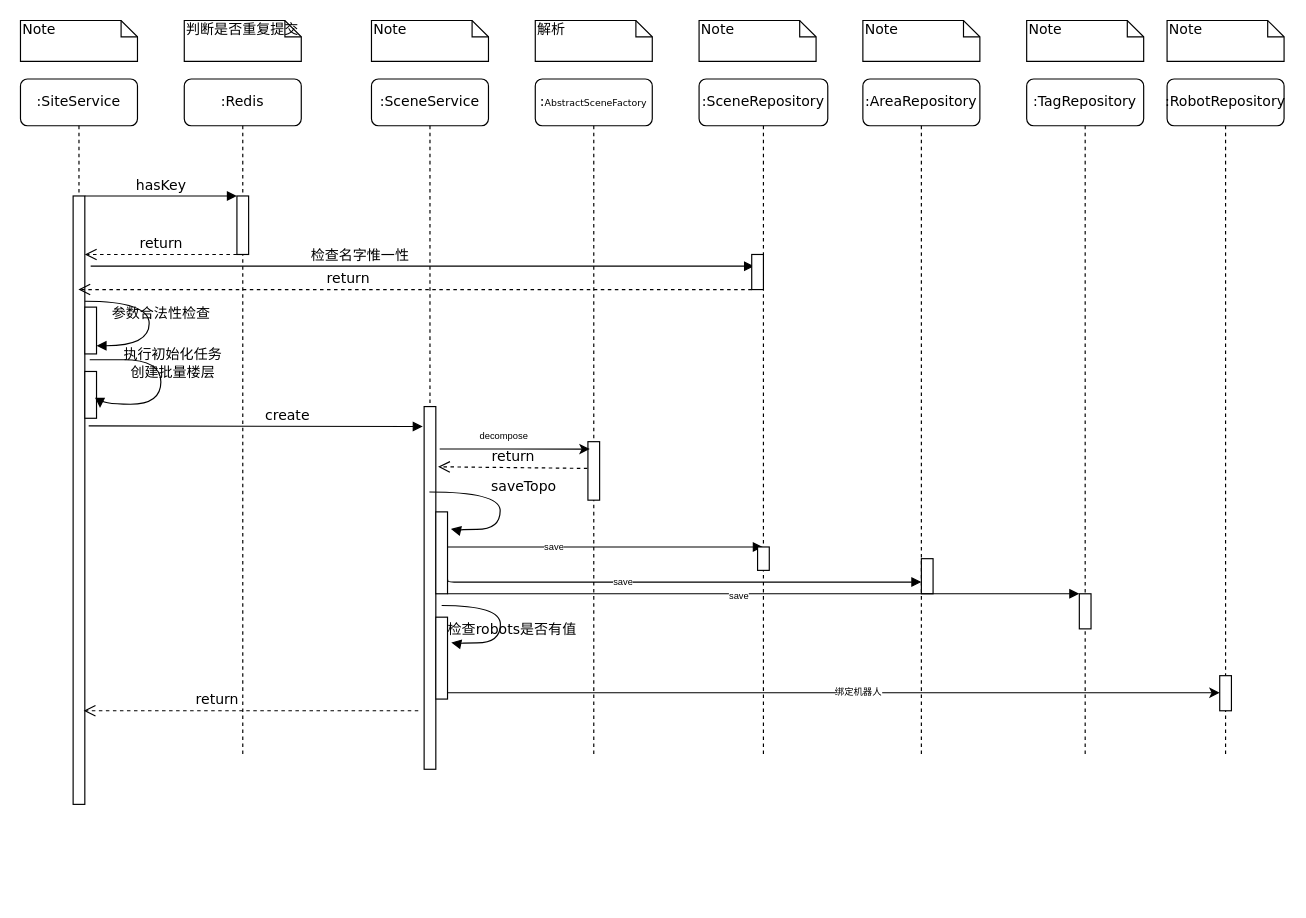
Before: craft/Simple_flow_site.drawio in feihu618/drawio, a draw.io diagram. Source tidied: cells renumbered, new cells numbered last; positions are measured from the earlier drawing's top-left corner, leaving out a move shared by most shapes. Both pictures are drawn from the tidied source at 117%, with x=0, y=0 at pixel (20, 20).
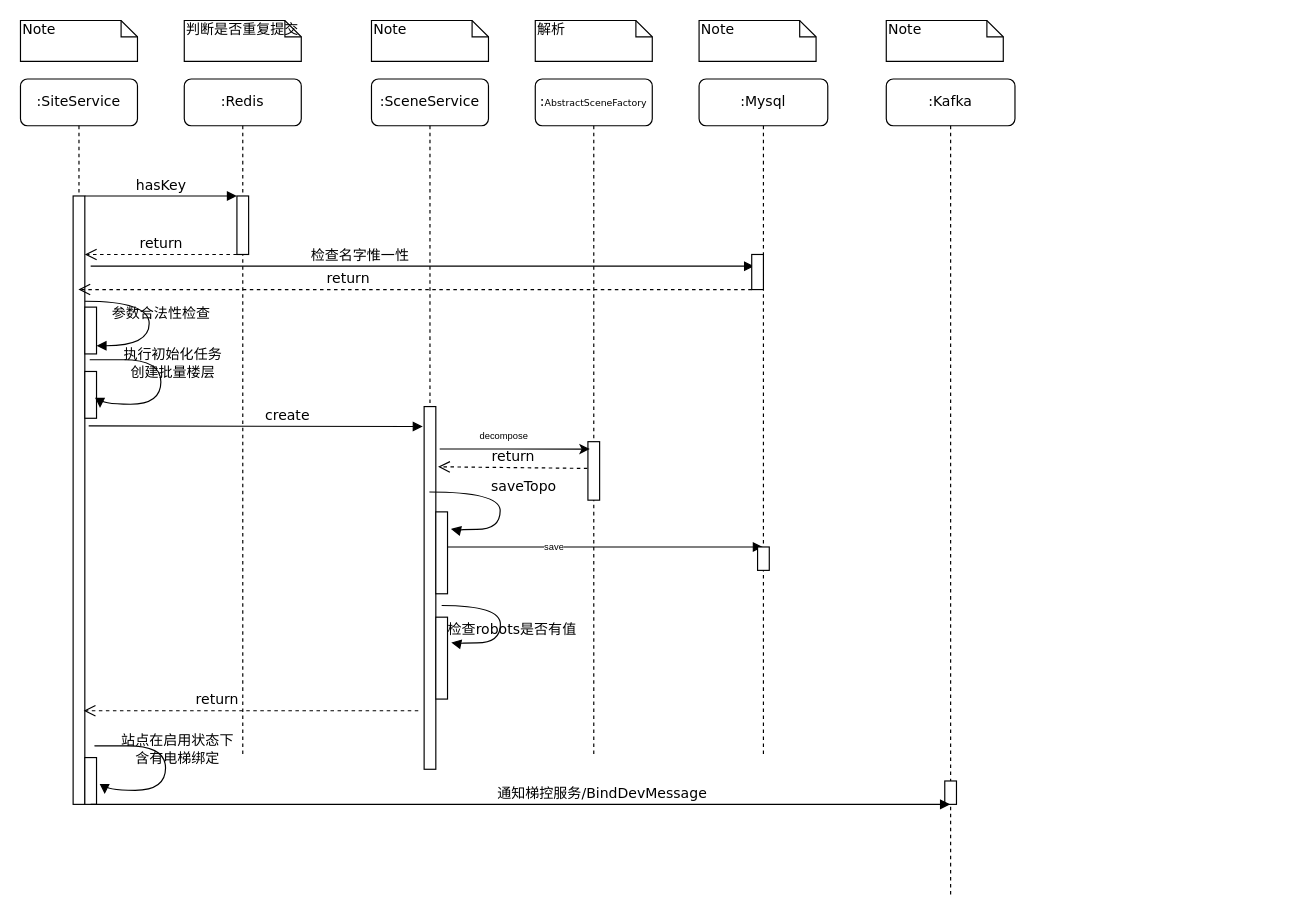
After the change.

Unchanged cells that the change refers to:
```xml
<mxCell id="8" style="html=1;points=[];perimeter=orthogonalPerimeter;rounded=0;shadow=0;comic=0;labelBackgroundColor=none;strokeWidth=1;fontFamily=Verdana;fontSize=12;align=center;" parent="6" vertex="1">
  <mxGeometry x="55" y="370" width="10" height="70" as="geometry" />
</mxCell>
<mxCell id="10" style="html=1;points=[];perimeter=orthogonalPerimeter;rounded=0;shadow=0;comic=0;labelBackgroundColor=none;strokeWidth=1;fontFamily=Verdana;fontSize=12;align=center;" parent="6" vertex="1">
  <mxGeometry x="55" y="460" width="10" height="70" as="geometry" />
</mxCell>
<mxCell id="21" value=":SiteService" style="shape=umlLifeline;perimeter=lifelinePerimeter;whiteSpace=wrap;html=1;outlineConnect=0;rounded=1;shadow=0;comic=0;labelBackgroundColor=none;strokeWidth=1;fontFamily=Verdana;fontSize=12;align=center;" parent="1" vertex="1">
  <mxGeometry y="50" width="100" height="620" as="geometry" />
</mxCell>
```

What changed in the source:
```diff
@@
-    <mxCell id="15" value=":SceneRepository" style="shape=umlLifeline;perimeter=lifelinePerimeter;whiteSpace=wrap;html=1;outlineConnect=0;rounded=1;shadow=0;comic=0;labelBackgroundColor=none;strokeWidth=1;fontFamily=Verdana;fontSize=12;align=center;" parent="1" vertex="1">
+    <mxCell id="15" value=":Mysql" style="shape=umlLifeline;perimeter=lifelinePerimeter;whiteSpace=wrap;html=1;outlineConnect=0;rounded=1;shadow=0;comic=0;labelBackgroundColor=none;strokeWidth=1;fontFamily=Verdana;fontSize=12;align=center;" parent="1" vertex="1">
       <mxGeometry x="580" y="50" width="110" height="580" as="geometry" />
     </mxCell>
@@
-    <mxCell id="17" value=":AreaRepository" style="shape=umlLifeline;perimeter=lifelinePerimeter;whiteSpace=wrap;html=1;rounded=1;shadow=0;comic=0;labelBackgroundColor=none;strokeWidth=1;fontFamily=Verdana;fontSize=12;align=center;" parent="1" vertex="1">
-      <mxGeometry x="720" y="50" width="100" height="580" as="geometry" />
-    </mxCell>
-    <mxCell id="18" style="html=1;perimeter=orthogonalPerimeter;rounded=0;shadow=0;comic=0;labelBackgroundColor=none;strokeWidth=1;fontFamily=Verdana;fontSize=12;align=center;" parent="17" vertex="1">
-      <mxGeometry x="50" y="410" width="10" height="30" as="geometry" />
-    </mxCell>
-    <mxCell id="19" value=":TagRepository" style="shape=umlLifeline;perimeter=lifelinePerimeter;whiteSpace=wrap;html=1;rounded=1;shadow=0;comic=0;labelBackgroundColor=none;strokeWidth=1;fontFamily=Verdana;fontSize=12;align=center;" parent="1" vertex="1">
-      <mxGeometry x="860" y="50" width="100" height="580" as="geometry" />
-    </mxCell>
-    <mxCell id="20" style="html=1;points=[];perimeter=orthogonalPerimeter;rounded=0;shadow=0;comic=0;labelBackgroundColor=none;strokeColor=#000000;strokeWidth=1;fillColor=#FFFFFF;fontFamily=Verdana;fontSize=12;fontColor=#000000;align=center;" parent="19" vertex="1">
-      <mxGeometry x="45" y="440" width="10" height="30" as="geometry" />
-    </mxCell>
@@
+    <mxCell id="52" style="html=1;perimeter=orthogonalPerimeter;rounded=0;shadow=0;comic=0;labelBackgroundColor=none;strokeWidth=1;fontFamily=Verdana;fontSize=12;align=center;" parent="21" vertex="1">
+      <mxGeometry x="55" y="580" width="10" height="40" as="geometry" />
+    </mxCell>
@@
-    <mxCell id="36" value="Note" style="shape=note;whiteSpace=wrap;html=1;size=14;verticalAlign=top;align=left;spacingTop=-6;rounded=0;shadow=0;comic=0;labelBackgroundColor=none;strokeWidth=1;fontFamily=Verdana;fontSize=12;" parent="1" vertex="1">
-      <mxGeometry x="720" width="100" height="35" as="geometry" />
-    </mxCell>
-    <mxCell id="37" value="Note" style="shape=note;whiteSpace=wrap;html=1;size=14;verticalAlign=top;align=left;spacingTop=-6;rounded=0;shadow=0;comic=0;labelBackgroundColor=none;strokeWidth=1;fontFamily=Verdana;fontSize=12;" parent="1" vertex="1">
-      <mxGeometry x="860" width="100" height="35" as="geometry" />
-    </mxCell>
@@
-    <mxCell id="41" value=":RobotRepository" style="shape=umlLifeline;perimeter=lifelinePerimeter;whiteSpace=wrap;html=1;rounded=1;shadow=0;comic=0;labelBackgroundColor=none;strokeWidth=1;fontFamily=Verdana;fontSize=12;align=center;" parent="1" vertex="1">
-      <mxGeometry x="980" y="50" width="100" height="580" as="geometry" />
-    </mxCell>
-    <mxCell id="42" style="html=1;points=[];perimeter=orthogonalPerimeter;rounded=0;shadow=0;comic=0;labelBackgroundColor=none;strokeWidth=1;fontFamily=Verdana;fontSize=12;align=center;" parent="41" vertex="1">
-      <mxGeometry x="45" y="510" width="10" height="30" as="geometry" />
-    </mxCell>
-    <mxCell id="43" value="Note" style="shape=note;whiteSpace=wrap;html=1;size=14;verticalAlign=top;align=left;spacingTop=-6;rounded=0;shadow=0;comic=0;labelBackgroundColor=none;strokeWidth=1;fontFamily=Verdana;fontSize=12;" parent="1" vertex="1">
-      <mxGeometry x="980" width="100" height="35" as="geometry" />
-    </mxCell>
-    <mxCell id="44" style="html=1;verticalAlign=bottom;endArrow=block;labelBackgroundColor=none;fontFamily=Verdana;fontSize=12;edgeStyle=elbowEdgeStyle;elbow=vertical;exitX=1.021;exitY=0.829;exitDx=0;exitDy=0;exitPerimeter=0;" parent="1" edge="1" source="8">
-      <mxGeometry x="-0.19" relative="1" as="geometry">
-        <mxPoint x="770" y="480" as="targetPoint" />
-        <Array as="points">
-          <mxPoint x="620" y="480" />
-          <mxPoint x="670" y="470" />
-        </Array>
-      </mxGeometry>
-    </mxCell>
-    <mxCell id="45" value="save" style="edgeLabel;html=1;align=center;verticalAlign=middle;fontSize=8;" parent="44" vertex="1">
-      <mxGeometry x="-0.26" y="1" relative="1" as="geometry" />
-    </mxCell>
-    <mxCell id="46" style="html=1;verticalAlign=bottom;endArrow=block;labelBackgroundColor=none;fontFamily=Verdana;fontSize=12;edgeStyle=elbowEdgeStyle;elbow=vertical;" parent="1" edge="1" source="8" target="20">
-      <mxGeometry x="-0.19" relative="1" as="geometry">
-        <Array as="points">
-          <mxPoint x="630" y="490" />
-          <mxPoint x="680" y="480" />
-        </Array>
-      </mxGeometry>
-    </mxCell>
-    <mxCell id="47" value="save" style="edgeLabel;html=1;align=center;verticalAlign=middle;fontSize=8;" parent="46" vertex="1">
-      <mxGeometry x="-0.08" y="-1" relative="1" as="geometry" />
-    </mxCell>
@@
-    <mxCell id="49" style="edgeStyle=orthogonalEdgeStyle;rounded=0;jettySize=auto;html=1;fontSize=8;exitX=1.021;exitY=0.923;exitDx=0;exitDy=0;exitPerimeter=0;" parent="1" edge="1" source="10" target="42">
-      <mxGeometry relative="1" as="geometry">
-        <Array as="points">
-          <mxPoint x="695" y="575" />
-          <mxPoint x="695" y="575" />
-        </Array>
-      </mxGeometry>
-    </mxCell>
-    <mxCell id="50" value="绑定机器人" style="edgeLabel;html=1;align=center;verticalAlign=middle;fontSize=8;" parent="49" vertex="1">
-      <mxGeometry x="0.06" y="1" relative="1" as="geometry" />
-    </mxCell>
@@
+    <mxCell id="53" value=":Kafka" style="shape=umlLifeline;perimeter=lifelinePerimeter;whiteSpace=wrap;html=1;outlineConnect=0;rounded=1;shadow=0;comic=0;labelBackgroundColor=none;strokeWidth=1;fontFamily=Verdana;fontSize=12;align=center;" parent="1" vertex="1">
+      <mxGeometry x="740" y="50" width="110" height="700" as="geometry" />
+    </mxCell>
+    <mxCell id="54" style="html=1;perimeter=orthogonalPerimeter;rounded=0;shadow=0;comic=0;labelBackgroundColor=none;strokeWidth=1;fontFamily=Verdana;fontSize=12;align=center;" parent="53" vertex="1">
+      <mxGeometry x="50" y="600" width="10" height="20" as="geometry" />
+    </mxCell>
+    <mxCell id="55" value="Note" style="shape=note;whiteSpace=wrap;html=1;size=14;verticalAlign=top;align=left;spacingTop=-6;rounded=0;shadow=0;comic=0;labelBackgroundColor=none;strokeWidth=1;fontFamily=Verdana;fontSize=12;" parent="1" vertex="1">
+      <mxGeometry x="740" width="100" height="35" as="geometry" />
+    </mxCell>
+    <mxCell id="56" value="站点在启用状态下&lt;br&gt;含有电梯绑定" style="html=1;verticalAlign=bottom;endArrow=block;labelBackgroundColor=none;fontFamily=Verdana;fontSize=12;elbow=vertical;edgeStyle=orthogonalEdgeStyle;curved=1;entryX=1.297;entryY=0.778;entryDx=0;entryDy=0;entryPerimeter=0;" parent="1" edge="1">
+      <mxGeometry x="0.09" y="10" relative="1" as="geometry">
+        <mxPoint x="64" y="620" as="sourcePoint" />
+        <mxPoint x="72" y="661.1" as="targetPoint" />
+        <Array as="points">
+          <mxPoint x="60" y="620" />
+          <mxPoint x="124" y="620" />
+          <mxPoint x="124" y="658" />
+          <mxPoint x="72" y="658" />
+        </Array>
+      </mxGeometry>
+    </mxCell>
+    <mxCell id="57" value="通知梯控服务/BindDevMessage" style="html=1;verticalAlign=bottom;endArrow=block;labelBackgroundColor=none;fontFamily=Verdana;fontSize=12;exitX=1.331;exitY=0.378;exitDx=0;exitDy=0;exitPerimeter=0;" parent="1" edge="1" target="53">
+      <mxGeometry x="0.19" relative="1" as="geometry">
+        <mxPoint x="60" y="670" as="sourcePoint" />
+      </mxGeometry>
+    </mxCell>
```
